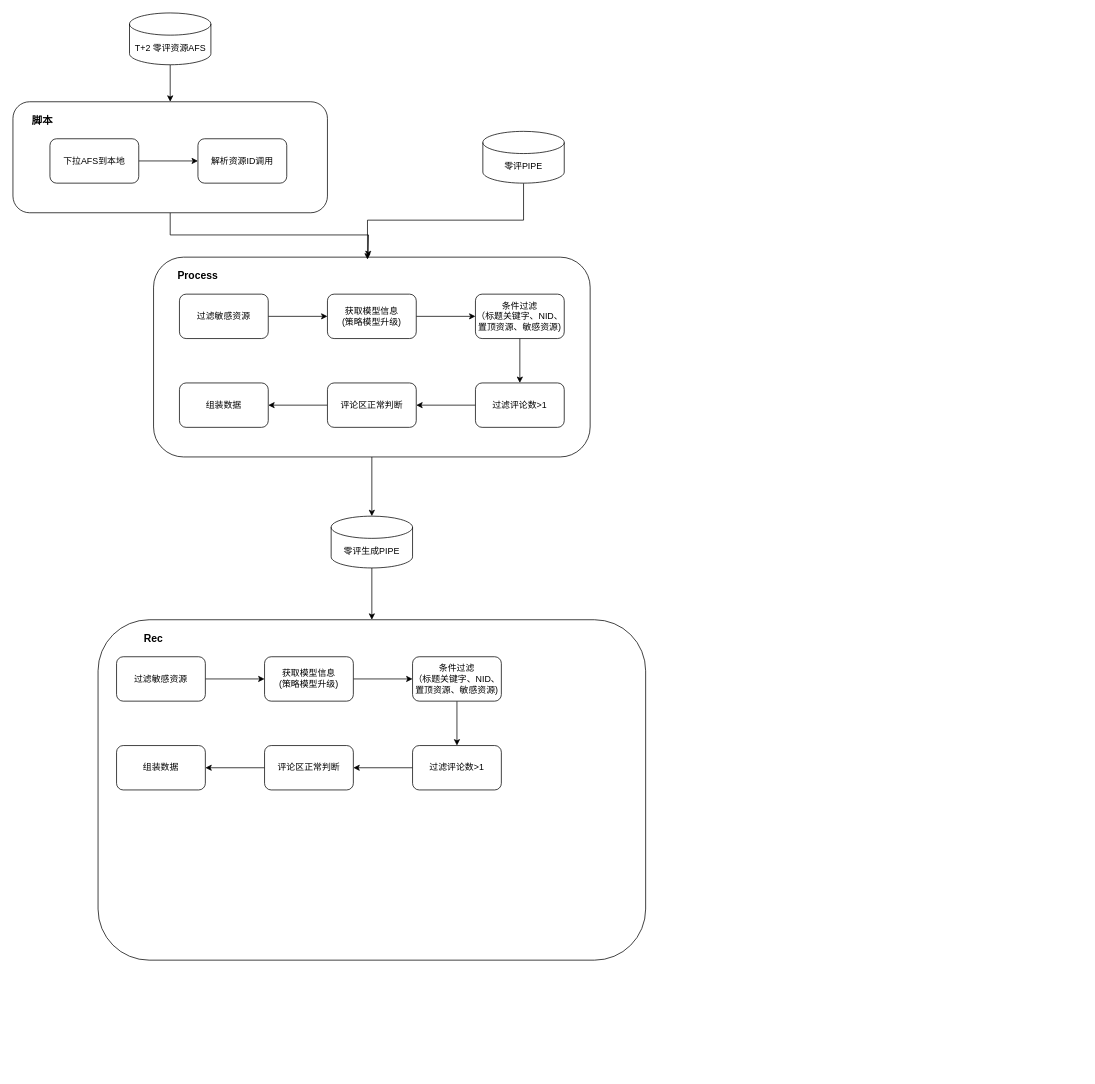
Above: AIComment/zero_comment.drawio in Mrssqin/draw (draw.io), before the change. Source tidied: cells renumbered, new cells numbered last; positions are measured from the earlier drawing's top-left corner, leaving out a move shared by most shapes. Both pictures are drawn from the tidied source at 74%, with x=0, y=0 at pixel (13, 13).
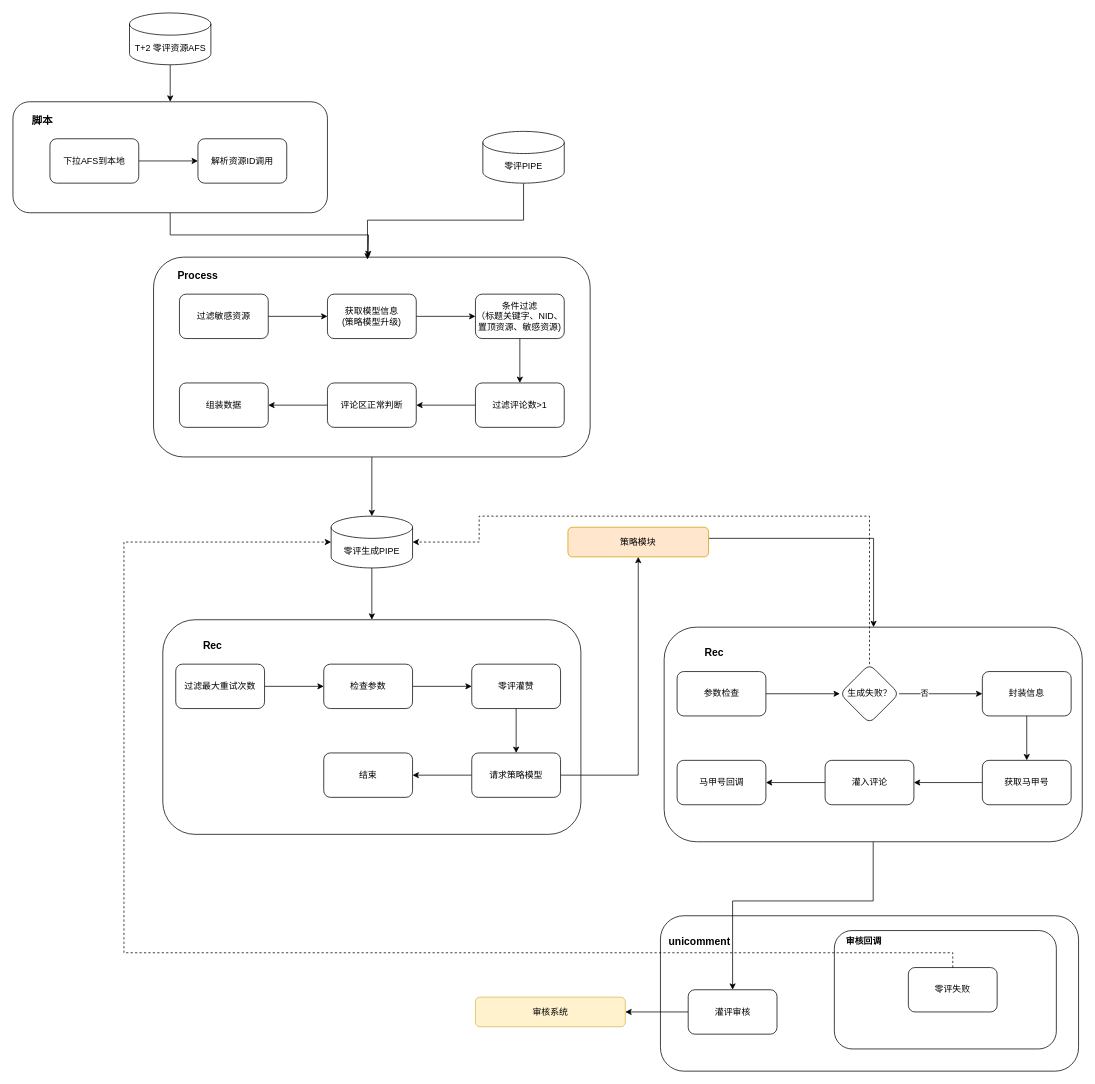
After the change.

The change refers to these unchanged cells:
```xml
<mxCell id="19" value="零评生成PIPE" style="shape=cylinder3;whiteSpace=wrap;html=1;boundedLbl=1;backgroundOutline=1;size=15;" parent="1" vertex="1">
  <mxGeometry x="430" y="680" width="110" height="70" as="geometry" />
</mxCell>
```

What changed in the source:
```diff
@@
+    <mxCell id="41" style="rounded=1;whiteSpace=wrap;html=1;" parent="1" vertex="1">
+      <mxGeometry x="875" y="1220" width="565" height="210" as="geometry" />
+    </mxCell>
@@
     <mxCell id="28" style="rounded=1;whiteSpace=wrap;html=1;" parent="1" vertex="1">
-      <mxGeometry x="115" y="820" width="740" height="460" as="geometry" />
+      <mxGeometry x="202.5" y="820" width="565" height="290" as="geometry" />
     </mxCell>
@@
-    <mxCell id="30" value="过滤敏感资源" style="rounded=1;whiteSpace=wrap;html=1;" parent="1" vertex="1">
-      <mxGeometry x="140" y="870" width="120" height="60" as="geometry" />
+    <mxCell id="30" value="过滤最大重试次数" style="rounded=1;whiteSpace=wrap;html=1;" parent="1" vertex="1">
+      <mxGeometry x="220" y="880" width="120" height="60" as="geometry" />
     </mxCell>
     <mxCell id="31" value="&lt;span style=&quot;font-size: 14px;&quot;&gt;&lt;b&gt;Rec&lt;/b&gt;&lt;/span&gt;" style="text;html=1;align=center;verticalAlign=middle;whiteSpace=wrap;rounded=0;" parent="1" vertex="1">
-      <mxGeometry x="160" y="830" width="60" height="30" as="geometry" />
+      <mxGeometry x="240" y="840" width="60" height="30" as="geometry" />
     </mxCell>
@@
-    <mxCell id="33" value="获取模型信息&lt;div&gt;(策略模型升级)&lt;/div&gt;" style="rounded=1;whiteSpace=wrap;html=1;" parent="1" vertex="1">
-      <mxGeometry x="340" y="870" width="120" height="60" as="geometry" />
+    <mxCell id="33" value="检查参数" style="rounded=1;whiteSpace=wrap;html=1;" parent="1" vertex="1">
+      <mxGeometry x="420" y="880" width="120" height="60" as="geometry" />
     </mxCell>
@@
-    <mxCell id="35" value="条件过滤&lt;div&gt;（标题关键字、NID、置顶资源、敏感资源)&lt;/div&gt;" style="rounded=1;whiteSpace=wrap;html=1;" parent="1" vertex="1">
-      <mxGeometry x="540" y="870" width="120" height="60" as="geometry" />
+    <mxCell id="35" value="零评灌赞" style="rounded=1;whiteSpace=wrap;html=1;" parent="1" vertex="1">
+      <mxGeometry x="620" y="880" width="120" height="60" as="geometry" />
     </mxCell>
@@
+    <mxCell id="42" style="edgeStyle=orthogonalEdgeStyle;rounded=0;jettySize=auto;html=1;" parent="1" edge="1" source="37" target="44">
+      <mxGeometry relative="1" as="geometry" />
+    </mxCell>
-    <mxCell id="37" value="过滤评论数&amp;gt;1" style="rounded=1;whiteSpace=wrap;html=1;" parent="1" vertex="1">
-      <mxGeometry x="540" y="990" width="120" height="60" as="geometry" />
+    <mxCell id="37" value="请求策略模型" style="rounded=1;whiteSpace=wrap;html=1;" parent="1" vertex="1">
+      <mxGeometry x="620" y="1000" width="120" height="60" as="geometry" />
     </mxCell>
-    <mxCell id="38" style="edgeStyle=orthogonalEdgeStyle;rounded=0;jettySize=auto;html=1;" parent="1" edge="1" source="39" target="40">
-      <mxGeometry relative="1" as="geometry" />
-    </mxCell>
-    <mxCell id="39" value="评论区正常判断" style="rounded=1;whiteSpace=wrap;html=1;" parent="1" vertex="1">
-      <mxGeometry x="340" y="990" width="120" height="60" as="geometry" />
+    <mxCell id="39" value="结束" style="rounded=1;whiteSpace=wrap;html=1;" parent="1" vertex="1">
+      <mxGeometry x="420" y="1000" width="120" height="60" as="geometry" />
     </mxCell>
-    <mxCell id="40" value="组装数据" style="rounded=1;whiteSpace=wrap;html=1;" parent="1" vertex="1">
-      <mxGeometry x="140" y="990" width="120" height="60" as="geometry" />
-    </mxCell>
+    <mxCell id="43" style="edgeStyle=orthogonalEdgeStyle;rounded=0;jettySize=auto;html=1;" parent="1" edge="1" source="44" target="46">
+      <mxGeometry relative="1" as="geometry">
+        <Array as="points">
+          <mxPoint x="1163" y="710" />
+        </Array>
+      </mxGeometry>
+    </mxCell>
+    <mxCell id="44" value="策略模块" style="rounded=1;whiteSpace=wrap;html=1;fillColor=#ffe6cc;strokeColor=#d79b00;" parent="1" vertex="1">
+      <mxGeometry x="750" y="695" width="190" height="40" as="geometry" />
+    </mxCell>
+    <mxCell id="45" style="edgeStyle=orthogonalEdgeStyle;rounded=0;jettySize=auto;html=1;entryX=0.5;entryY=0;entryDx=0;entryDy=0;" parent="1" edge="1" source="46" target="59">
+      <mxGeometry relative="1" as="geometry">
+        <Array as="points">
+          <mxPoint x="1163" y="1200" />
+          <mxPoint x="973" y="1200" />
+        </Array>
+      </mxGeometry>
+    </mxCell>
+    <mxCell id="46" style="rounded=1;whiteSpace=wrap;html=1;" parent="1" vertex="1">
+      <mxGeometry x="880" y="830" width="565" height="290" as="geometry" />
+    </mxCell>
+    <mxCell id="47" style="edgeStyle=orthogonalEdgeStyle;rounded=0;jettySize=auto;html=1;" parent="1" edge="1" source="48" target="67">
+      <mxGeometry relative="1" as="geometry" />
+    </mxCell>
+    <mxCell id="48" value="参数检查" style="rounded=1;whiteSpace=wrap;html=1;" parent="1" vertex="1">
+      <mxGeometry x="897.5" y="890" width="120" height="60" as="geometry" />
+    </mxCell>
+    <mxCell id="49" value="&lt;span style=&quot;font-size: 14px;&quot;&gt;&lt;b&gt;Rec&lt;/b&gt;&lt;/span&gt;" style="text;html=1;align=center;verticalAlign=middle;whiteSpace=wrap;rounded=0;" parent="1" vertex="1">
+      <mxGeometry x="917.5" y="850" width="60" height="30" as="geometry" />
+    </mxCell>
+    <mxCell id="50" style="edgeStyle=orthogonalEdgeStyle;rounded=0;jettySize=auto;html=1;" parent="1" edge="1" source="51" target="53">
+      <mxGeometry relative="1" as="geometry" />
+    </mxCell>
+    <mxCell id="51" value="封装信息" style="rounded=1;whiteSpace=wrap;html=1;" parent="1" vertex="1">
+      <mxGeometry x="1310" y="890" width="120" height="60" as="geometry" />
+    </mxCell>
+    <mxCell id="52" style="edgeStyle=orthogonalEdgeStyle;rounded=0;jettySize=auto;html=1;" parent="1" edge="1" source="53" target="55">
+      <mxGeometry relative="1" as="geometry" />
+    </mxCell>
+    <mxCell id="53" value="获取马甲号" style="rounded=1;whiteSpace=wrap;html=1;" parent="1" vertex="1">
+      <mxGeometry x="1310" y="1010" width="120" height="60" as="geometry" />
+    </mxCell>
+    <mxCell id="54" style="edgeStyle=orthogonalEdgeStyle;rounded=0;jettySize=auto;html=1;" parent="1" edge="1" source="55" target="56">
+      <mxGeometry relative="1" as="geometry" />
+    </mxCell>
+    <mxCell id="55" value="灌入评论" style="rounded=1;whiteSpace=wrap;html=1;" parent="1" vertex="1">
+      <mxGeometry x="1097.5" y="1010" width="120" height="60" as="geometry" />
+    </mxCell>
+    <mxCell id="56" value="马甲号回调" style="rounded=1;whiteSpace=wrap;html=1;" parent="1" vertex="1">
+      <mxGeometry x="897.5" y="1010" width="120" height="60" as="geometry" />
+    </mxCell>
+    <mxCell id="57" value="&lt;span style=&quot;font-size: 14px;&quot;&gt;&lt;b&gt;unicomment&lt;/b&gt;&lt;/span&gt;" style="text;html=1;align=center;verticalAlign=middle;whiteSpace=wrap;rounded=0;" parent="1" vertex="1">
+      <mxGeometry x="897.5" y="1240" width="60" height="30" as="geometry" />
+    </mxCell>
+    <mxCell id="58" style="edgeStyle=orthogonalEdgeStyle;rounded=0;jettySize=auto;html=1;" parent="1" edge="1" source="59" target="60">
+      <mxGeometry relative="1" as="geometry" />
+    </mxCell>
+    <mxCell id="59" value="灌评审核" style="rounded=1;whiteSpace=wrap;html=1;" parent="1" vertex="1">
+      <mxGeometry x="912.5" y="1320" width="120" height="60" as="geometry" />
+    </mxCell>
+    <mxCell id="60" value="审核系统" style="whiteSpace=wrap;html=1;rounded=1;fillColor=#fff2cc;strokeColor=#d6b656;" parent="1" vertex="1">
+      <mxGeometry x="625" y="1330" width="202.5" height="40" as="geometry" />
+    </mxCell>
+    <mxCell id="61" style="rounded=1;whiteSpace=wrap;html=1;" parent="1" vertex="1">
+      <mxGeometry x="1110" y="1240" width="300" height="160" as="geometry" />
+    </mxCell>
+    <mxCell id="62" value="&lt;b style=&quot;&quot;&gt;&lt;font&gt;审核回调&lt;/font&gt;&lt;/b&gt;" style="text;html=1;align=center;verticalAlign=middle;whiteSpace=wrap;rounded=0;" parent="1" vertex="1">
+      <mxGeometry x="1120" y="1240" width="60" height="30" as="geometry" />
+    </mxCell>
+    <mxCell id="63" value="零评失败" style="rounded=1;whiteSpace=wrap;html=1;" parent="1" vertex="1">
+      <mxGeometry x="1210" y="1290" width="120" height="60" as="geometry" />
+    </mxCell>
+    <mxCell id="64" style="edgeStyle=orthogonalEdgeStyle;rounded=0;jettySize=auto;html=1;entryX=0;entryY=0.5;entryDx=0;entryDy=0;entryPerimeter=0;dashed=1;" parent="1" edge="1" source="63" target="19">
+      <mxGeometry relative="1" as="geometry">
+        <Array as="points">
+          <mxPoint x="1270" y="1270" />
+          <mxPoint x="150" y="1270" />
+          <mxPoint x="150" y="715" />
+        </Array>
+      </mxGeometry>
+    </mxCell>
+    <mxCell id="65" style="edgeStyle=orthogonalEdgeStyle;rounded=0;jettySize=auto;html=1;" parent="1" edge="1" source="67" target="51">
+      <mxGeometry relative="1" as="geometry" />
+    </mxCell>
+    <mxCell id="66" value="否" style="edgeLabel;html=1;align=center;verticalAlign=middle;" parent="65" vertex="1">
+      <mxGeometry x="-0.4" y="1" relative="1" as="geometry" />
+    </mxCell>
+    <mxCell id="67" value="生成失败？" style="rhombus;whiteSpace=wrap;html=1;rounded=1;" parent="1" vertex="1">
+      <mxGeometry x="1117.5" y="880" width="80" height="80" as="geometry" />
+    </mxCell>
+    <mxCell id="68" style="edgeStyle=orthogonalEdgeStyle;rounded=0;jettySize=auto;html=1;entryX=1;entryY=0.5;entryDx=0;entryDy=0;entryPerimeter=0;dashed=1;" parent="1" edge="1" source="67" target="19">
+      <mxGeometry relative="1" as="geometry">
+        <Array as="points">
+          <mxPoint x="1158" y="680" />
+          <mxPoint x="630" y="680" />
+          <mxPoint x="630" y="715" />
+        </Array>
+      </mxGeometry>
+    </mxCell>
```
